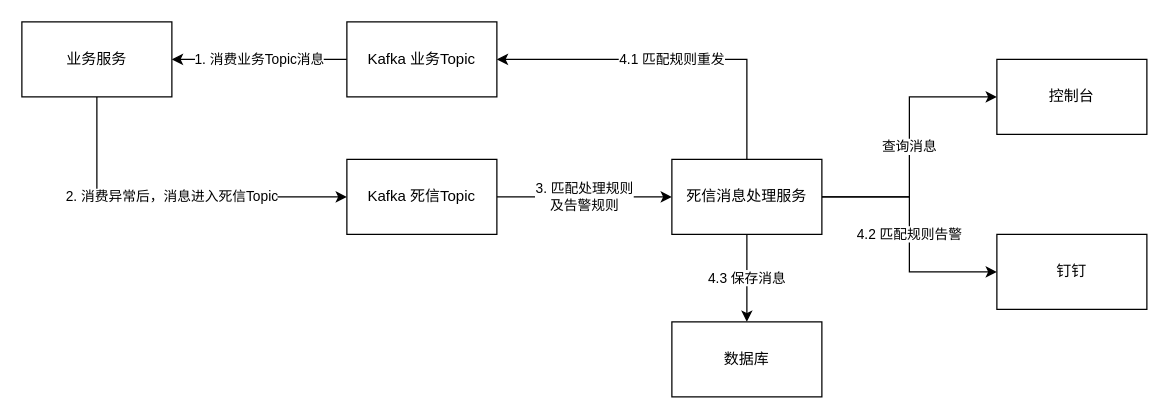
The draw.io diagram im/dlq.drawio in novayoung/draw, before the edit. Source tidied: cells renumbered, new cells numbered last; positions are measured from the earlier drawing's top-left corner, leaving out a move shared by most shapes. Both pictures are drawn from the tidied source at 125%, with x=0, y=0 at pixel (21, 21).
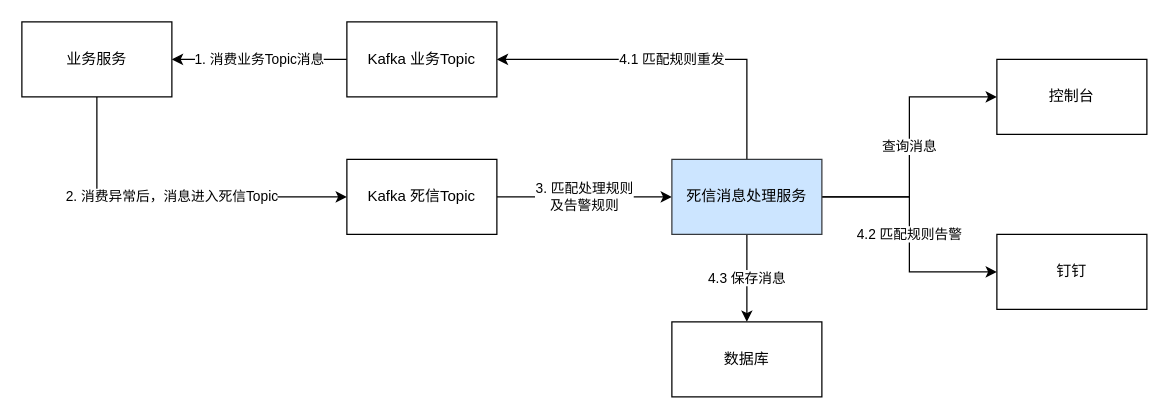
The same page after the edit.

Diff of the diagram source:
```diff
@@
 <mxGraphModel>
   <root>
     <mxCell id="0" />
     <mxCell id="1" parent="0" />
     <mxCell id="2" value="1. 消费业务Topic消息" style="edgeStyle=orthogonalEdgeStyle;rounded=0;jettySize=auto;html=1;startArrow=classic;startFill=1;endArrow=none;endFill=0;" parent="1" edge="1" source="4" target="5">
       <mxGeometry relative="1" as="geometry" />
     </mxCell>
     <mxCell id="3" value="2. 消费异常后，消息进入死信Topic" style="edgeStyle=orthogonalEdgeStyle;rounded=0;jettySize=auto;html=1;exitX=0.5;exitY=1;exitDx=0;exitDy=0;entryX=0;entryY=0.5;entryDx=0;entryDy=0;" parent="1" edge="1" source="4" target="7">
       <mxGeometry relative="1" as="geometry" />
     </mxCell>
     <mxCell id="4" value="业务服务" style="rounded=0;whiteSpace=wrap;html=1;" parent="1" vertex="1">
       <mxGeometry width="120" height="60" as="geometry" />
     </mxCell>
     <mxCell id="5" value="Kafka 业务Topic" style="whiteSpace=wrap;html=1;rounded=0;" parent="1" vertex="1">
       <mxGeometry x="260" width="120" height="60" as="geometry" />
     </mxCell>
     <mxCell id="6" value="3. 匹配处理规则&lt;br&gt;及告警规则" style="edgeStyle=orthogonalEdgeStyle;rounded=0;jettySize=auto;html=1;" parent="1" edge="1" source="7" target="12">
       <mxGeometry relative="1" as="geometry" />
     </mxCell>
     <mxCell id="7" value="Kafka 死信Topic" style="rounded=0;whiteSpace=wrap;html=1;" parent="1" vertex="1">
       <mxGeometry x="260" y="110" width="120" height="60" as="geometry" />
     </mxCell>
     <mxCell id="8" value="4.3 保存消息" style="edgeStyle=orthogonalEdgeStyle;rounded=0;jettySize=auto;html=1;" parent="1" edge="1" source="12" target="13">
       <mxGeometry relative="1" as="geometry" />
     </mxCell>
     <mxCell id="9" value="4.1 匹配规则重发" style="edgeStyle=orthogonalEdgeStyle;rounded=0;jettySize=auto;html=1;entryX=1;entryY=0.5;entryDx=0;entryDy=0;exitX=0.5;exitY=0;exitDx=0;exitDy=0;" parent="1" edge="1" source="12" target="5">
       <mxGeometry relative="1" as="geometry" />
     </mxCell>
     <mxCell id="10" value="4.2 匹配规则告警" style="edgeStyle=orthogonalEdgeStyle;rounded=0;jettySize=auto;html=1;" parent="1" edge="1" source="12" target="14">
       <mxGeometry relative="1" as="geometry" />
     </mxCell>
     <mxCell id="11" value="查询消息" style="edgeStyle=orthogonalEdgeStyle;rounded=0;jettySize=auto;html=1;" parent="1" edge="1" source="12" target="15">
       <mxGeometry relative="1" as="geometry">
         <Array as="points">
           <mxPoint x="710" y="140" />
           <mxPoint x="710" y="60" />
         </Array>
       </mxGeometry>
     </mxCell>
-    <mxCell id="12" value="死信消息处理服务" style="rounded=0;whiteSpace=wrap;html=1;" parent="1" vertex="1">
+    <mxCell id="12" value="死信消息处理服务" style="rounded=0;whiteSpace=wrap;html=1;fillColor=#cce5ff;strokeColor=#36393d;" parent="1" vertex="1">
       <mxGeometry x="520" y="110" width="120" height="60" as="geometry" />
     </mxCell>
     <mxCell id="13" value="数据库" style="rounded=0;whiteSpace=wrap;html=1;" parent="1" vertex="1">
       <mxGeometry x="520" y="240" width="120" height="60" as="geometry" />
     </mxCell>
     <mxCell id="14" value="钉钉" style="rounded=0;whiteSpace=wrap;html=1;" parent="1" vertex="1">
       <mxGeometry x="780" y="170" width="120" height="60" as="geometry" />
     </mxCell>
     <mxCell id="15" value="控制台" style="rounded=0;whiteSpace=wrap;html=1;" parent="1" vertex="1">
       <mxGeometry x="780" y="30" width="120" height="60" as="geometry" />
     </mxCell>
   </root>
 </mxGraphModel>
```
